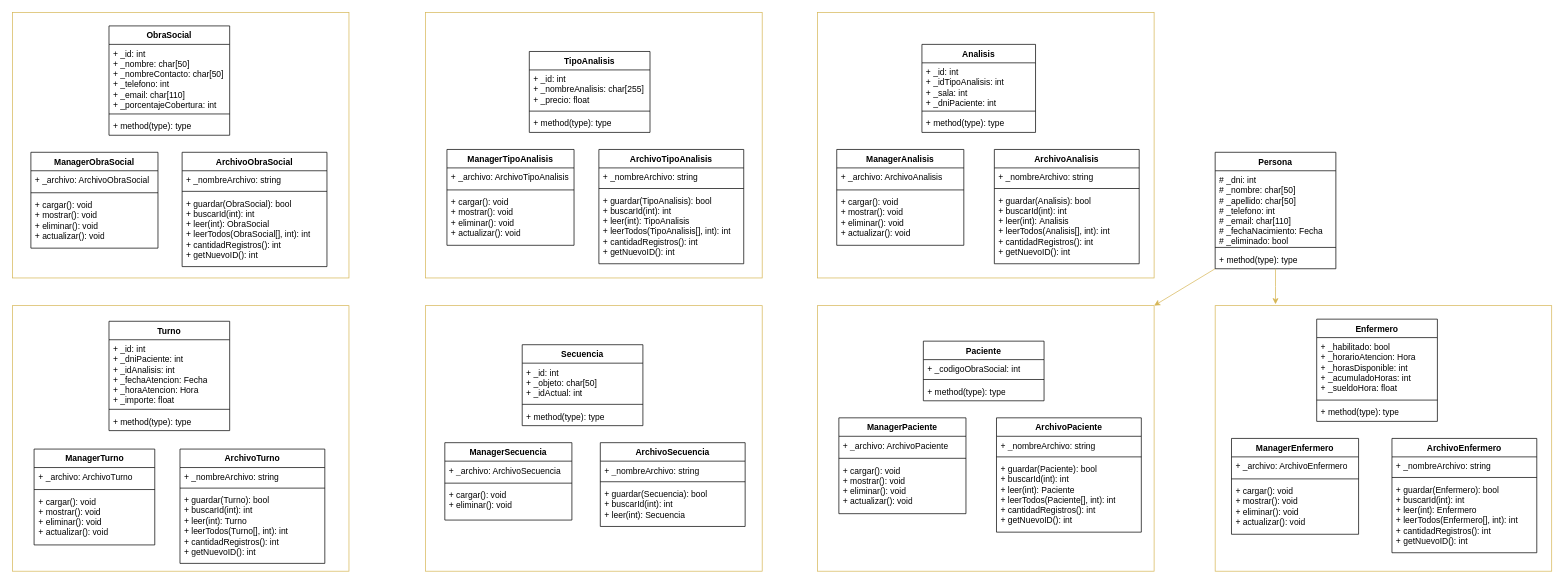
ramitules/Grupo01_TPI keeps this draw.io diagram as docs/DiagramaDeClasesCompleto.drawio. Above is the earlier version. Source tidied: cells renumbered, new cells numbered last; positions are measured from the earlier drawing's top-left corner, leaving out a move shared by most shapes. Both pictures are drawn from the tidied source at 71%, with x=0, y=0 at pixel (12, 12).
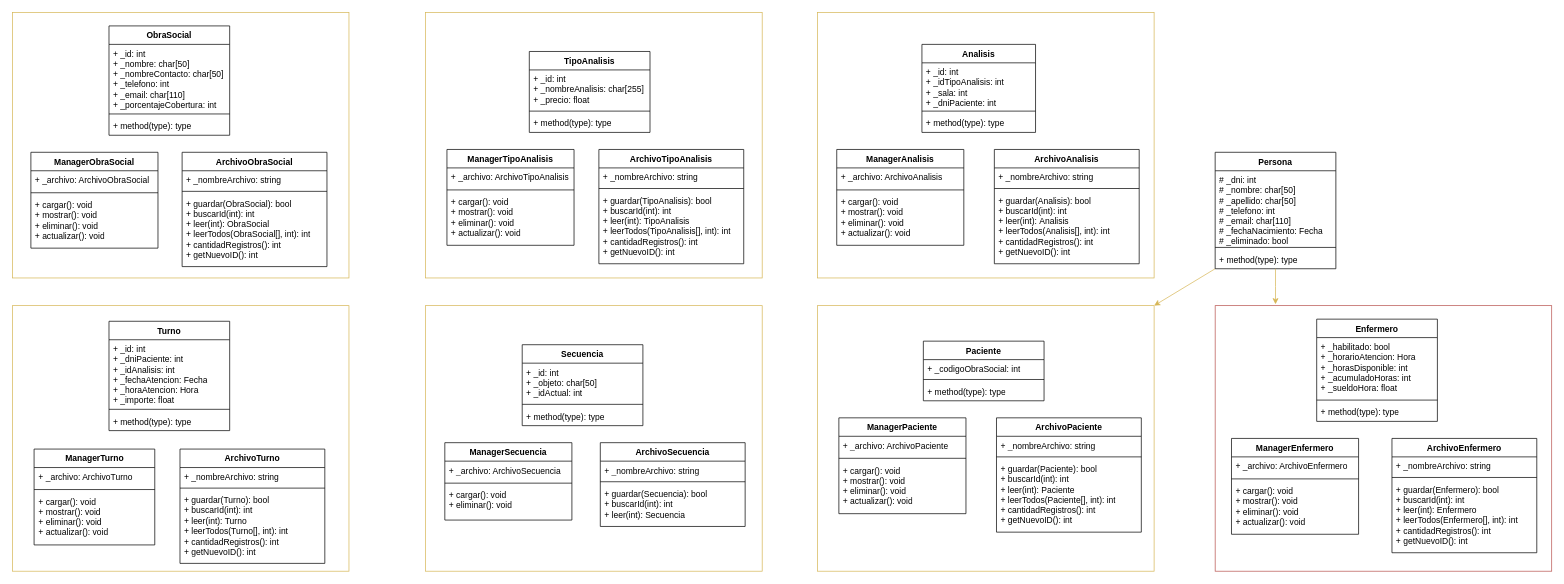
Above is the later version.

Change to the diagram source:
```diff
@@
-    <mxCell id="97" style="rounded=0;whiteSpace=wrap;html=1;fillColor=none;strokeColor=#d6b656;" parent="1" vertex="1">
+    <mxCell id="97" style="rounded=0;whiteSpace=wrap;html=1;fillColor=none;strokeColor=#b85450;" parent="1" vertex="1">
       <mxGeometry x="1694" y="413" width="474" height="374" as="geometry" />
     </mxCell>
```
